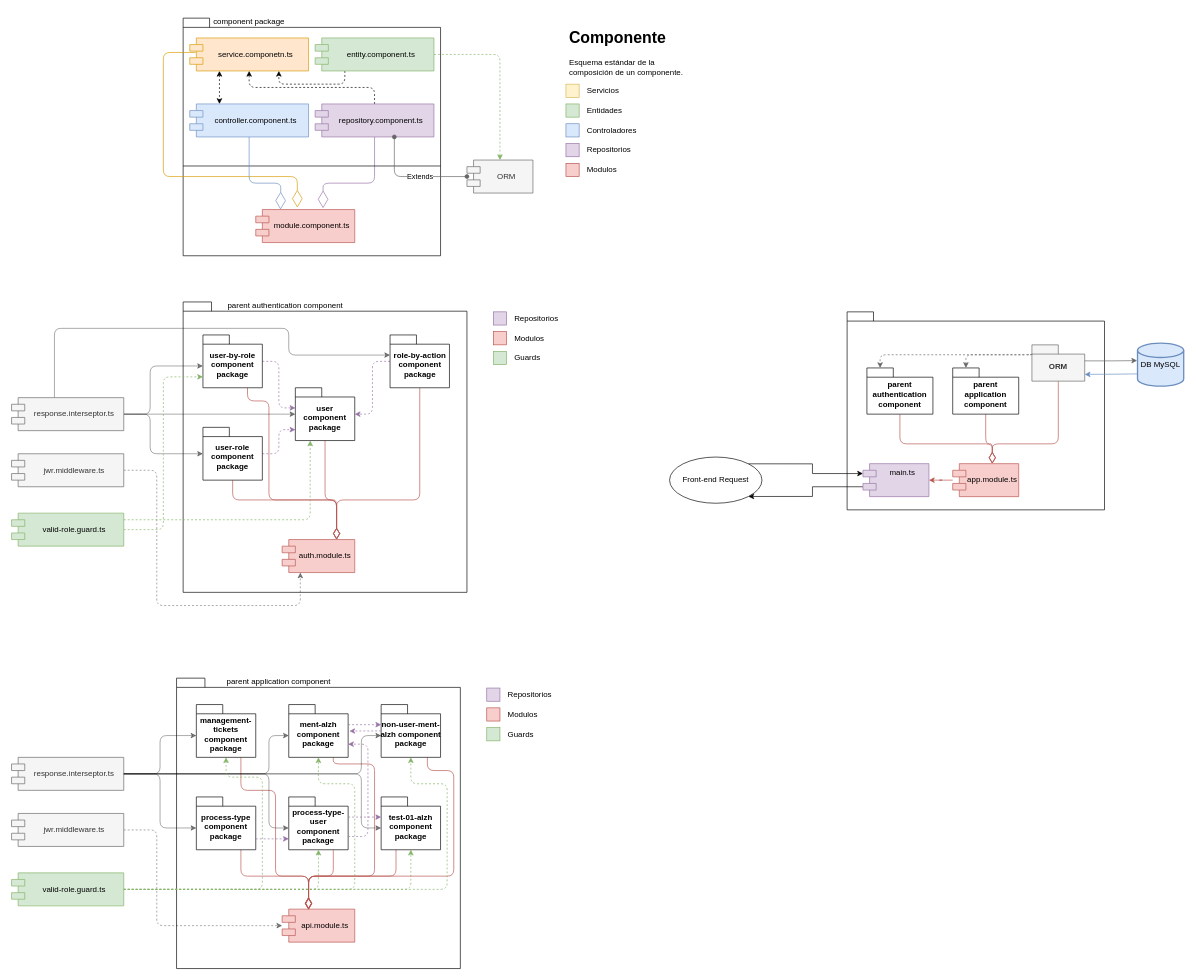
The draw.io diagram Diagrama_componentes.drawio in davinzifc/diagrams, before the edit. Source tidied: cells renumbered, new cells numbered last; positions are measured from the earlier drawing's top-left corner, leaving out a move shared by most shapes. Both pictures are drawn from the tidied source at 66%, with x=0, y=0 at pixel (11, 11).
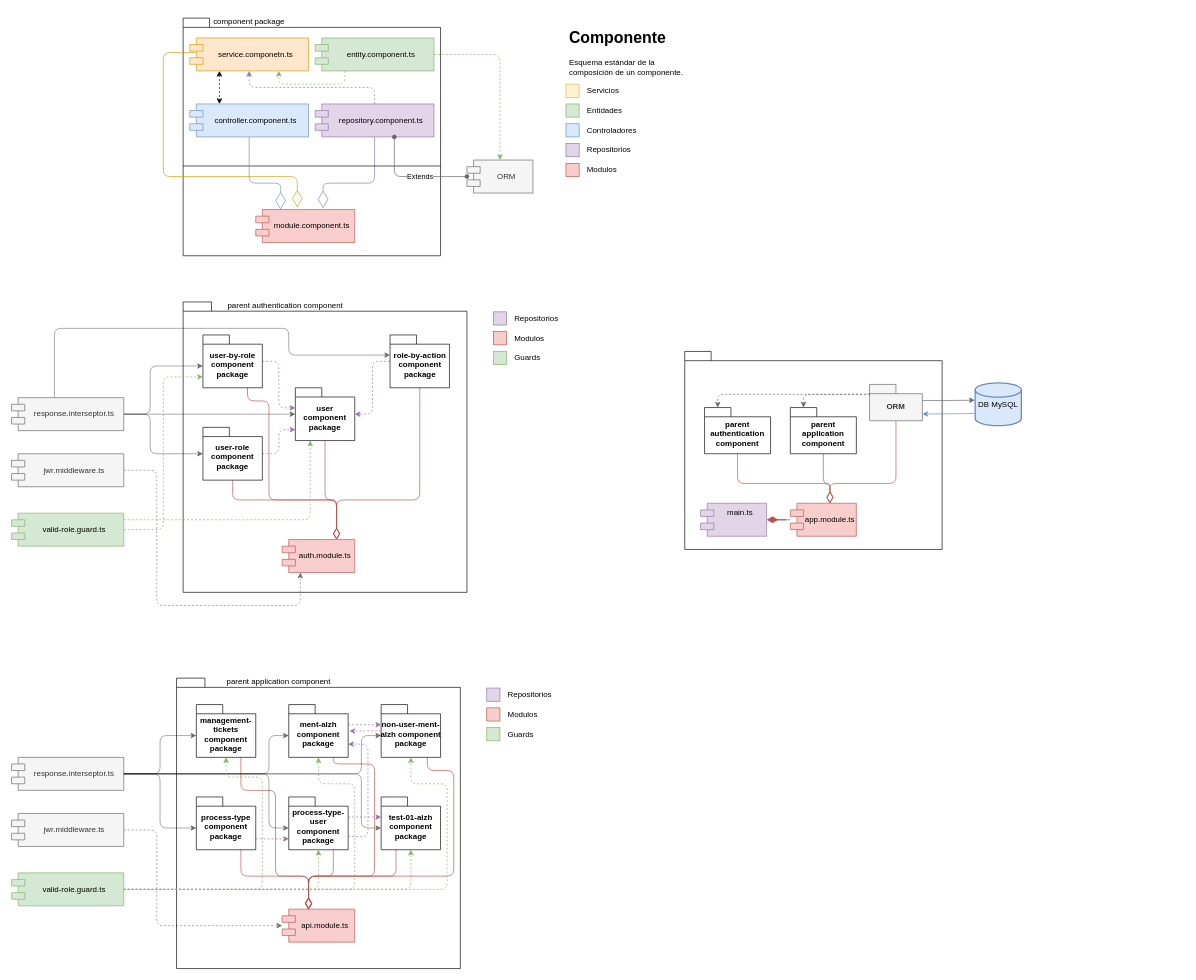
The same diagram, later.

The change refers to these unchanged cells:
```xml
<mxCell id="4" value="service.componetn.ts" style="shape=module;align=left;spacingLeft=20;align=center;verticalAlign=middle;whiteSpace=wrap;html=1;fillColor=#ffe6cc;strokeColor=#d79b00;" parent="1" vertex="1">
  <mxGeometry x="270" y="40" width="180" height="50" as="geometry" />
</mxCell>
<mxCell id="8" value="entity.component.ts" style="shape=module;align=left;spacingLeft=20;align=center;verticalAlign=middle;whiteSpace=wrap;html=1;fillColor=#d5e8d4;strokeColor=#82b366;" parent="1" vertex="1">
  <mxGeometry x="460" y="40" width="180" height="50" as="geometry" />
</mxCell>
<mxCell id="11" value="repository.component.ts" style="shape=module;align=left;spacingLeft=20;align=center;verticalAlign=middle;whiteSpace=wrap;html=1;fillColor=#e1d5e7;strokeColor=#9673a6;" parent="1" vertex="1">
  <mxGeometry x="460" y="140" width="180" height="50" as="geometry" />
</mxCell>
```

Diff of the diagram source:
```diff
@@
-    <mxCell id="6" style="edgeStyle=orthogonalEdgeStyle;rounded=1;jettySize=auto;html=1;exitX=0.25;exitY=1;exitDx=0;exitDy=0;entryX=0.75;entryY=1;entryDx=0;entryDy=0;dashed=1;" parent="1" edge="1" source="8" target="4">
+    <mxCell id="6" style="edgeStyle=orthogonalEdgeStyle;rounded=1;jettySize=auto;html=1;exitX=0.25;exitY=1;exitDx=0;exitDy=0;entryX=0.75;entryY=1;entryDx=0;entryDy=0;dashed=1;fillColor=#d5e8d4;strokeColor=#82b366;" parent="1" edge="1" source="8" target="4">
       <mxGeometry relative="1" as="geometry" />
     </mxCell>
@@
-    <mxCell id="10" style="edgeStyle=orthogonalEdgeStyle;rounded=1;jettySize=auto;html=1;exitX=0.5;exitY=0;exitDx=0;exitDy=0;dashed=1;" parent="1" edge="1" source="11" target="4">
+    <mxCell id="10" style="edgeStyle=orthogonalEdgeStyle;rounded=1;jettySize=auto;html=1;exitX=0.5;exitY=0;exitDx=0;exitDy=0;dashed=1;fillColor=#e1d5e7;strokeColor=#9673a6;" parent="1" edge="1" source="11" target="4">
       <mxGeometry relative="1" as="geometry" />
     </mxCell>
@@
     <mxCell id="99" style="shape=folder;fontStyle=1;spacingTop=10;tabWidth=40;tabHeight=14;tabPosition=left;html=1;whiteSpace=wrap;" parent="1" vertex="1">
-      <mxGeometry x="1266" y="455" width="390" height="300" as="geometry" />
+      <mxGeometry x="1020" y="515" width="390" height="300" as="geometry" />
     </mxCell>
-    <mxCell id="100" style="edgeStyle=orthogonalEdgeStyle;rounded=0;jettySize=auto;html=1;entryX=1;entryY=0.5;entryDx=0;entryDy=0;fillColor=#f8cecc;strokeColor=#b85450;" parent="1" edge="1" source="101" target="118">
+    <mxCell id="100" style="edgeStyle=orthogonalEdgeStyle;rounded=0;jettySize=auto;html=1;entryX=1;entryY=0.5;entryDx=0;entryDy=0;fillColor=#f8cecc;strokeColor=#b85450;endArrow=diamondThin;endFill=1;endSize=15;" parent="1" edge="1" source="101" target="118">
       <mxGeometry relative="1" as="geometry" />
     </mxCell>
     <mxCell id="101" value="app.module.ts" style="shape=module;align=left;spacingLeft=20;align=center;verticalAlign=middle;whiteSpace=wrap;html=1;fillColor=#f8cecc;strokeColor=#b85450;" parent="1" vertex="1">
-      <mxGeometry x="1426" y="685" width="100" height="50" as="geometry" />
+      <mxGeometry x="1180" y="745" width="100" height="50" as="geometry" />
     </mxCell>
     <mxCell id="102" style="edgeStyle=orthogonalEdgeStyle;rounded=1;jettySize=auto;html=1;endArrow=diamondThin;endFill=0;endSize=15;fillColor=#f8cecc;strokeColor=#b85450;" parent="1" edge="1" source="103" target="101">
       <mxGeometry relative="1" as="geometry">
         <Array as="points">
-          <mxPoint x="1586" y="655" />
-          <mxPoint x="1486" y="655" />
+          <mxPoint x="1340" y="715" />
+          <mxPoint x="1240" y="715" />
         </Array>
       </mxGeometry>
     </mxCell>
     <mxCell id="103" value="ORM" style="shape=folder;fontStyle=1;spacingTop=10;tabWidth=40;tabHeight=14;tabPosition=left;html=1;whiteSpace=wrap;fillColor=#f5f5f5;fontColor=#333333;strokeColor=#666666;" parent="1" vertex="1">
-      <mxGeometry x="1546" y="505" width="80" height="55" as="geometry" />
+      <mxGeometry x="1300" y="565" width="80" height="55" as="geometry" />
     </mxCell>
@@
     <mxCell id="107" value="DB MySQL" style="strokeWidth=2;html=1;shape=mxgraph.flowchart.database;whiteSpace=wrap;fillColor=#dae8fc;strokeColor=#6c8ebf;" parent="1" vertex="1">
-      <mxGeometry x="1706" y="502.5" width="70" height="65" as="geometry" />
+      <mxGeometry x="1460" y="562.5" width="70" height="65" as="geometry" />
     </mxCell>
@@
     <mxCell id="109" style="edgeStyle=orthogonalEdgeStyle;rounded=0;jettySize=auto;html=1;entryX=0;entryY=0;entryDx=80;entryDy=44.75;entryPerimeter=0;fillColor=#dae8fc;strokeColor=#6c8ebf;" parent="1" edge="1" target="103">
       <mxGeometry relative="1" as="geometry">
-        <mxPoint x="1706" y="549" as="sourcePoint" />
+        <mxPoint x="1460" y="609" as="sourcePoint" />
       </mxGeometry>
     </mxCell>
     <mxCell id="110" style="edgeStyle=orthogonalEdgeStyle;rounded=1;jettySize=auto;html=1;endArrow=diamondThin;endFill=0;endSize=15;fillColor=#f8cecc;strokeColor=#b85450;" parent="1" edge="1" source="111" target="101">
       <mxGeometry relative="1" as="geometry">
         <Array as="points">
-          <mxPoint x="1346" y="655" />
-          <mxPoint x="1486" y="655" />
+          <mxPoint x="1100" y="715" />
+          <mxPoint x="1240" y="715" />
         </Array>
       </mxGeometry>
     </mxCell>
     <mxCell id="111" value="parent authentication component" style="shape=folder;fontStyle=1;spacingTop=10;tabWidth=40;tabHeight=14;tabPosition=left;html=1;whiteSpace=wrap;" parent="1" vertex="1">
-      <mxGeometry x="1296" y="540" width="100" height="70" as="geometry" />
+      <mxGeometry x="1050" y="600" width="100" height="70" as="geometry" />
     </mxCell>
     <mxCell id="112" style="edgeStyle=orthogonalEdgeStyle;jettySize=auto;html=1;fillColor=#f8cecc;strokeColor=#b85450;endArrow=diamondThin;endFill=0;endSize=15;rounded=1;" parent="1" edge="1" source="113" target="101">
       <mxGeometry relative="1" as="geometry">
         <Array as="points">
-          <mxPoint x="1476" y="655" />
-          <mxPoint x="1486" y="655" />
+          <mxPoint x="1230" y="715" />
+          <mxPoint x="1240" y="715" />
         </Array>
       </mxGeometry>
     </mxCell>
     <mxCell id="113" value="parent application component" style="shape=folder;fontStyle=1;spacingTop=10;tabWidth=40;tabHeight=14;tabPosition=left;html=1;whiteSpace=wrap;" parent="1" vertex="1">
-      <mxGeometry x="1426" y="540" width="100" height="70" as="geometry" />
+      <mxGeometry x="1180" y="600" width="100" height="70" as="geometry" />
     </mxCell>
     <mxCell id="114" style="edgeStyle=orthogonalEdgeStyle;rounded=1;jettySize=auto;html=1;exitX=0;exitY=0;exitDx=0;exitDy=14;exitPerimeter=0;entryX=0;entryY=0;entryDx=20;entryDy=0;entryPerimeter=0;fillColor=#f5f5f5;strokeColor=#666666;dashed=1;" parent="1" edge="1" source="103" target="113">
       <mxGeometry relative="1" as="geometry">
         <Array as="points">
-          <mxPoint x="1546" y="520" />
-          <mxPoint x="1446" y="520" />
+          <mxPoint x="1300" y="580" />
+          <mxPoint x="1200" y="580" />
         </Array>
       </mxGeometry>
     </mxCell>
     <mxCell id="115" style="edgeStyle=orthogonalEdgeStyle;rounded=1;jettySize=auto;html=1;exitX=0;exitY=0;exitDx=0;exitDy=14;exitPerimeter=0;entryX=0;entryY=0;entryDx=20;entryDy=0;entryPerimeter=0;fillColor=#f5f5f5;strokeColor=#666666;dashed=1;" parent="1" edge="1" source="103" target="111">
       <mxGeometry relative="1" as="geometry">
         <Array as="points">
-          <mxPoint x="1546" y="520" />
-          <mxPoint x="1316" y="520" />
+          <mxPoint x="1300" y="580" />
+          <mxPoint x="1070" y="580" />
         </Array>
       </mxGeometry>
     </mxCell>
-    <mxCell id="116" value="Front-end Request" style="ellipse;whiteSpace=wrap;html=1;" parent="1" vertex="1">
-      <mxGeometry x="997" y="675" width="140" height="70" as="geometry" />
-    </mxCell>
-    <mxCell id="117" style="edgeStyle=orthogonalEdgeStyle;rounded=0;jettySize=auto;html=1;exitX=0;exitY=0;exitDx=0;exitDy=35;exitPerimeter=0;entryX=1;entryY=1;entryDx=0;entryDy=0;" parent="1" edge="1" source="118" target="116">
-      <mxGeometry relative="1" as="geometry" />
-    </mxCell>
     <mxCell id="118" value="main.ts" style="shape=module;align=left;spacingLeft=20;align=center;verticalAlign=top;whiteSpace=wrap;html=1;fillColor=#e1d5e7;strokeColor=#9673a6;" parent="1" vertex="1">
-      <mxGeometry x="1290" y="685" width="100" height="50" as="geometry" />
+      <mxGeometry x="1044" y="745" width="100" height="50" as="geometry" />
     </mxCell>
-    <mxCell id="119" style="edgeStyle=orthogonalEdgeStyle;rounded=0;jettySize=auto;html=1;exitX=1;exitY=0;exitDx=0;exitDy=0;entryX=0;entryY=0;entryDx=0;entryDy=15;entryPerimeter=0;" parent="1" edge="1" source="116" target="118">
-      <mxGeometry relative="1" as="geometry" />
-    </mxCell>
```
